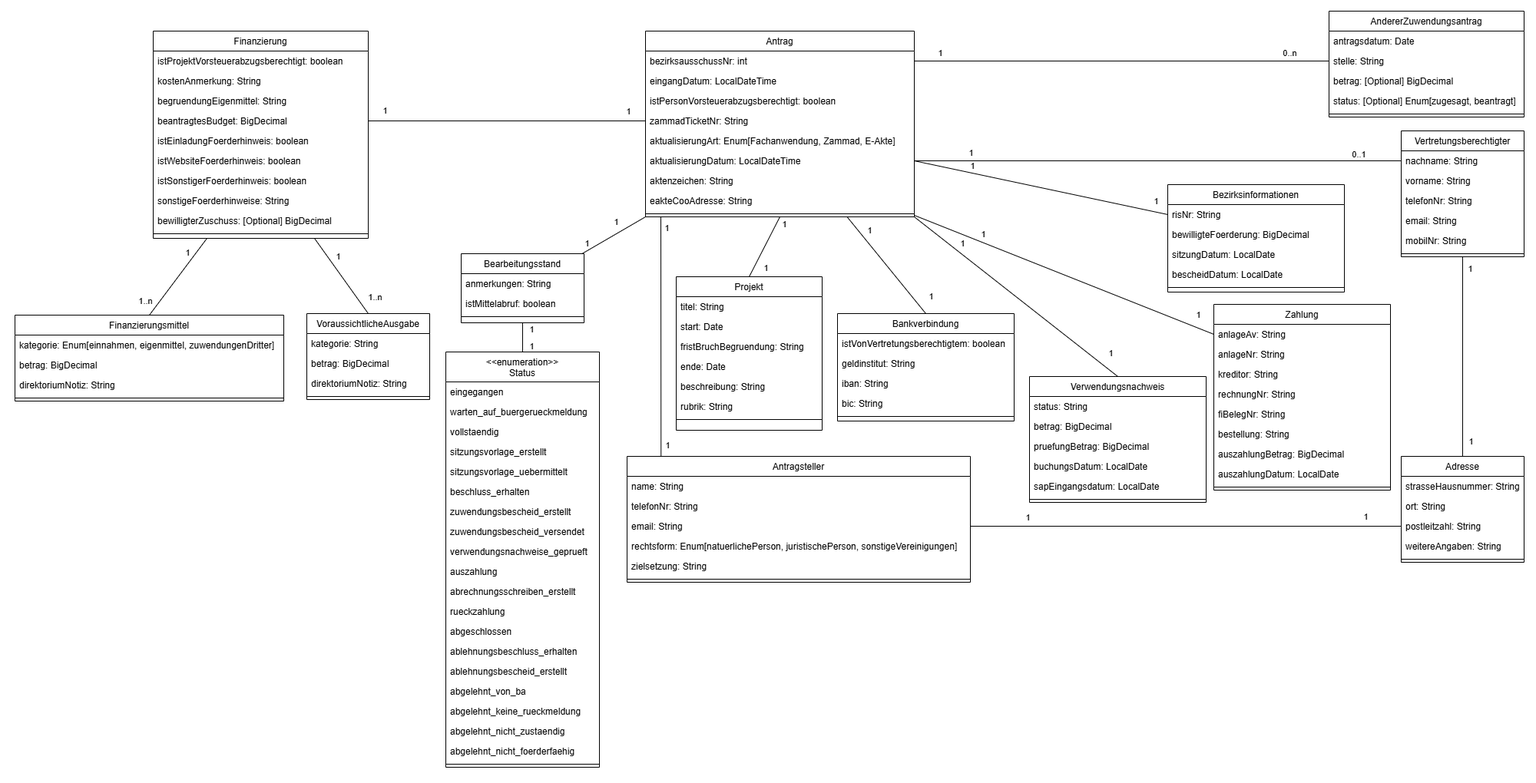
The draw.io diagram docs/src/development/data-model/data-model.png in it-at-m/stadtbezirksbudget, before a commit. Source tidied: cells renumbered, new cells last; positions are measured from the earlier drawing's top-left corner, leaving out a move shared by most shapes.
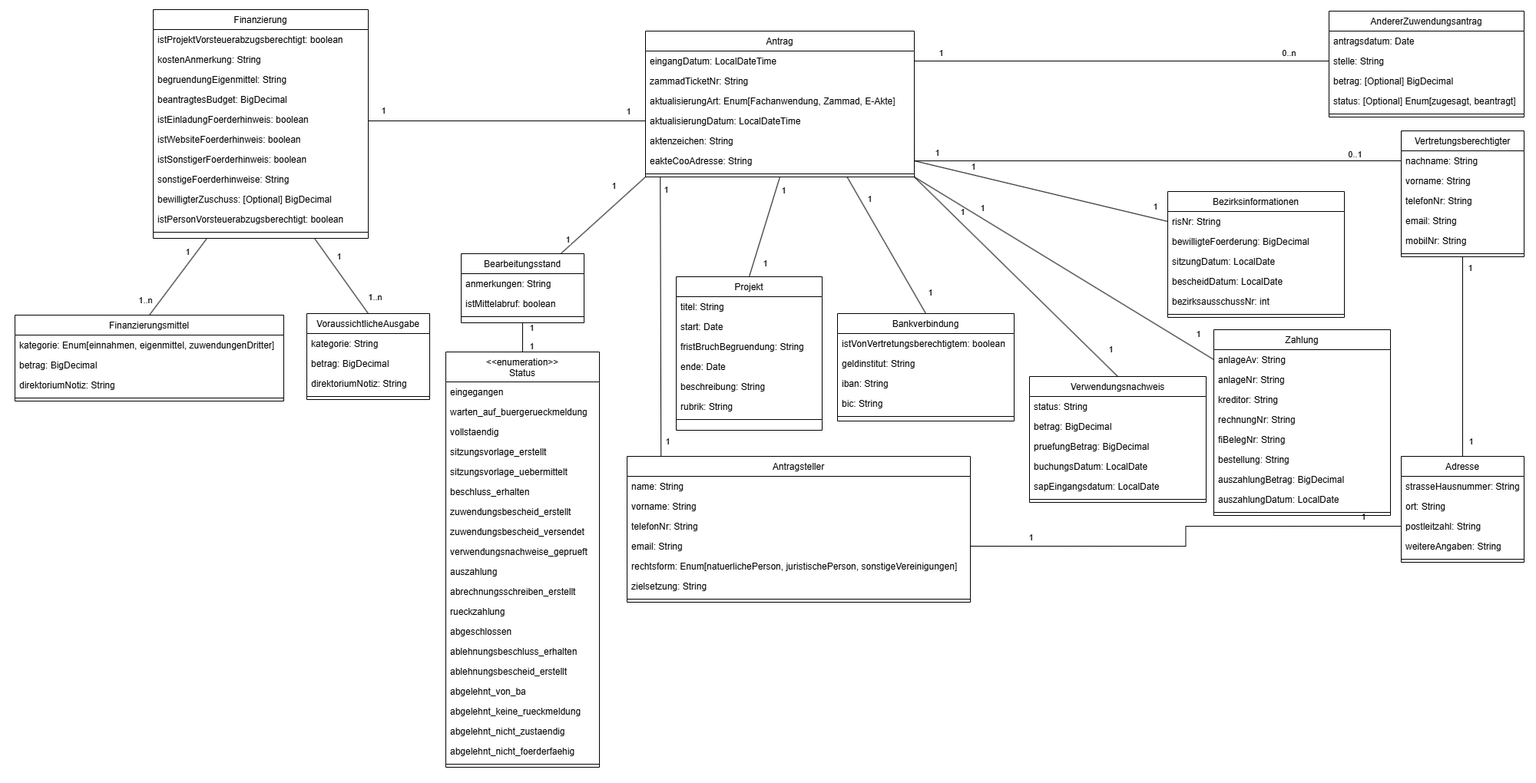
Above is the later version.

Commit message:
:memo: Update data-model diagram

The edit, as a diff of the source:
```diff
@@ -31,9 +31,8 @@
         <mxPoint x="14" y="-11" as="offset" />
       </mxGeometry>
     </mxCell>
-    <mxCell id="9" style="rounded=0;orthogonalLoop=1;jettySize=auto;html=1;entryX=0.25;entryY=0;entryDx=0;entryDy=0;endArrow=none;endFill=0;exitX=0.25;exitY=1;exitDx=0;exitDy=0;" parent="1" edge="1">
+    <mxCell id="9" style="rounded=0;jettySize=auto;html=1;entryX=0.25;entryY=0;entryDx=0;entryDy=0;endArrow=none;endFill=0;exitX=0.055;exitY=0.958;exitDx=0;exitDy=0;exitPerimeter=0;" parent="1" edge="1" source="21">
       <mxGeometry relative="1" as="geometry">
-        <mxPoint x="860" y="282" as="sourcePoint" />
         <mxPoint x="860.2" y="594" as="targetPoint" />
       </mxGeometry>
     </mxCell>
@@ -48,55 +47,52 @@
       </mxGeometry>
     </mxCell>
     <mxCell id="12" value="Antrag" style="swimlane;fontStyle=0;align=center;verticalAlign=top;horizontal=1;startSize=26;rounded=0;shadow=0;strokeWidth=1;" parent="1" vertex="1">
-      <mxGeometry x="840" y="40" width="350" height="242" as="geometry" />
+      <mxGeometry x="840" y="40" width="350" height="190" as="geometry" />
     </mxCell>
-    <mxCell id="13" value="bezirksausschussNr: int" style="text;align=left;verticalAlign=top;spacingLeft=4;spacingRight=4;overflow=hidden;points=[[0,0.5],[1,0.5]];portConstraint=eastwest;" parent="12" vertex="1">
-      <mxGeometry y="26" width="350" height="26" as="geometry" />
-    </mxCell>
     <mxCell id="14" value="eingangDatum: LocalDateTime" style="text;align=left;verticalAlign=top;spacingLeft=4;spacingRight=4;overflow=hidden;points=[[0,0.5],[1,0.5]];portConstraint=eastwest;rounded=0;shadow=0;html=0;" parent="12" vertex="1">
-      <mxGeometry y="52" width="350" height="26" as="geometry" />
+      <mxGeometry y="26" width="350" height="26" as="geometry" />
     </mxCell>
-    <mxCell id="15" value="istPersonVorsteuerabzugsberechtigt: boolean" style="text;align=left;verticalAlign=top;spacingLeft=4;spacingRight=4;overflow=hidden;rounded=0;shadow=0;html=0;" parent="12" vertex="1">
-      <mxGeometry y="78" width="350" height="26" as="geometry" />
-    </mxCell>
     <mxCell id="16" value="zammadTicketNr: String" style="text;align=left;verticalAlign=top;spacingLeft=4;spacingRight=4;overflow=hidden;rounded=0;shadow=0;html=0;" parent="12" vertex="1">
-      <mxGeometry y="104" width="350" height="26" as="geometry" />
+      <mxGeometry y="52" width="350" height="26" as="geometry" />
     </mxCell>
     <mxCell id="17" value="aktualisierungArt: Enum[Fachanwendung, Zammad, E-Akte]" style="text;align=left;verticalAlign=top;spacingLeft=4;spacingRight=4;overflow=hidden;points=[[0,0.5],[1,0.5]];portConstraint=eastwest;rounded=0;shadow=0;html=0;" parent="12" vertex="1">
-      <mxGeometry y="130" width="350" height="26" as="geometry" />
+      <mxGeometry y="78" width="350" height="26" as="geometry" />
     </mxCell>
     <mxCell id="18" value="aktualisierungDatum: LocalDateTime" style="text;align=left;verticalAlign=top;spacingLeft=4;spacingRight=4;overflow=hidden;points=[[0,0.5],[1,0.5]];portConstraint=eastwest;rounded=0;shadow=0;html=0;" parent="12" vertex="1">
-      <mxGeometry y="156" width="350" height="26" as="geometry" />
+      <mxGeometry y="104" width="350" height="26" as="geometry" />
     </mxCell>
     <mxCell id="19" value="aktenzeichen: String" style="text;align=left;verticalAlign=top;spacingLeft=4;spacingRight=4;overflow=hidden;rounded=0;shadow=0;html=0;" parent="12" vertex="1">
-      <mxGeometry y="182" width="350" height="26" as="geometry" />
+      <mxGeometry y="130" width="350" height="26" as="geometry" />
     </mxCell>
     <mxCell id="20" value="eakteCooAdresse: String" style="text;align=left;verticalAlign=top;spacingLeft=4;spacingRight=4;overflow=hidden;points=[[0,0.5],[1,0.5]];portConstraint=eastwest;rounded=0;shadow=0;html=0;" parent="12" vertex="1">
-      <mxGeometry y="208" width="350" height="26" as="geometry" />
+      <mxGeometry y="156" width="350" height="26" as="geometry" />
     </mxCell>
     <mxCell id="21" style="line;html=1;strokeWidth=1;align=left;verticalAlign=middle;spacingTop=-1;spacingLeft=3;spacingRight=3;labelPosition=right;points=[];portConstraint=eastwest;" parent="12" vertex="1">
-      <mxGeometry y="234" width="350" height="8" as="geometry" />
+      <mxGeometry y="182" width="350" height="8" as="geometry" />
     </mxCell>
     <mxCell id="22" value="Antragsteller" style="swimlane;fontStyle=0;align=center;verticalAlign=top;horizontal=1;startSize=26;rounded=0;shadow=0;strokeWidth=1;" parent="1" vertex="1">
-      <mxGeometry x="816" y="594" width="447" height="164" as="geometry" />
+      <mxGeometry x="816" y="594" width="447" height="190" as="geometry" />
     </mxCell>
     <mxCell id="23" value="name: String" style="text;align=left;verticalAlign=top;spacingLeft=4;spacingRight=4;overflow=hidden;" parent="22" vertex="1">
       <mxGeometry y="26" width="447" height="26" as="geometry" />
     </mxCell>
+    <mxCell id="167" value="vorname: String" style="text;align=left;verticalAlign=top;spacingLeft=4;spacingRight=4;overflow=hidden;" parent="22" vertex="1">
+      <mxGeometry y="52" width="447" height="26" as="geometry" />
+    </mxCell>
     <mxCell id="24" value="telefonNr: String" style="text;align=left;verticalAlign=top;spacingLeft=4;spacingRight=4;overflow=hidden;" parent="22" vertex="1">
-      <mxGeometry y="52" width="447" height="26" as="geometry" />
+      <mxGeometry y="78" width="447" height="26" as="geometry" />
     </mxCell>
     <mxCell id="25" value="email: String" style="text;align=left;verticalAlign=top;spacingLeft=4;spacingRight=4;overflow=hidden;points=[[0,0.5],[1,0.5]];portConstraint=eastwest;" parent="22" vertex="1">
-      <mxGeometry y="78" width="447" height="26" as="geometry" />
+      <mxGeometry y="104" width="447" height="26" as="geometry" />
     </mxCell>
     <mxCell id="26" value="rechtsform: Enum[natuerlichePerson, juristischePerson, sonstigeVereinigungen]" style="text;align=left;verticalAlign=top;spacingLeft=4;spacingRight=4;overflow=hidden;rounded=0;shadow=0;html=0;" parent="22" vertex="1">
-      <mxGeometry y="104" width="447" height="26" as="geometry" />
+      <mxGeometry y="130" width="447" height="26" as="geometry" />
     </mxCell>
     <mxCell id="27" value="zielsetzung: String" style="text;align=left;verticalAlign=top;spacingLeft=4;spacingRight=4;overflow=hidden;rounded=0;shadow=0;html=0;" parent="22" vertex="1">
-      <mxGeometry y="130" width="447" height="26" as="geometry" />
+      <mxGeometry y="156" width="447" height="26" as="geometry" />
     </mxCell>
     <mxCell id="28" style="line;html=1;strokeWidth=1;align=left;verticalAlign=middle;spacingTop=-1;spacingLeft=3;spacingRight=3;labelPosition=right;" parent="22" vertex="1">
-      <mxGeometry y="156" width="447" height="8" as="geometry" />
+      <mxGeometry y="182" width="447" height="8" as="geometry" />
     </mxCell>
     <mxCell id="29" value="Vertretungsberechtigter" style="swimlane;fontStyle=0;align=center;verticalAlign=top;horizontal=1;startSize=26;rounded=0;shadow=0;strokeWidth=1;" parent="1" vertex="1">
       <mxGeometry x="1824" y="170" width="160" height="164" as="geometry" />
@@ -338,7 +334,7 @@
       </mxGeometry>
     </mxCell>
     <mxCell id="102" value="Finanzierung" style="swimlane;fontStyle=0;align=center;verticalAlign=top;horizontal=1;startSize=26;rounded=0;shadow=0;strokeWidth=1;" parent="1" vertex="1">
-      <mxGeometry x="199" y="40" width="280" height="270" as="geometry" />
+      <mxGeometry x="199" y="12" width="280" height="298" as="geometry" />
     </mxCell>
     <mxCell id="103" value="istProjektVorsteuerabzugsberechtigt: boolean" style="text;align=left;verticalAlign=top;spacingLeft=4;spacingRight=4;overflow=hidden;" parent="102" vertex="1">
       <mxGeometry y="26" width="280" height="26" as="geometry" />
@@ -367,9 +363,12 @@
     <mxCell id="111" value="bewilligterZuschuss: [Optional] BigDecimal" style="text;align=left;verticalAlign=top;spacingLeft=4;spacingRight=4;overflow=hidden;" parent="102" vertex="1">
       <mxGeometry y="234" width="280" height="26" as="geometry" />
     </mxCell>
-    <mxCell id="112" style="line;html=1;strokeWidth=1;align=left;verticalAlign=middle;spacingTop=-1;spacingLeft=3;spacingRight=3;labelPosition=right;" parent="102" vertex="1">
-      <mxGeometry y="260" width="280" height="8" as="geometry" />
-    </mxCell>
+    <mxCell id="15" value="istPersonVorsteuerabzugsberechtigt: boolean" style="text;align=left;verticalAlign=top;spacingLeft=4;spacingRight=4;overflow=hidden;rounded=0;shadow=0;html=0;" parent="102" vertex="1">
+      <mxGeometry y="260" width="280" height="26" as="geometry" />
+    </mxCell>
+    <mxCell id="168" style="line;html=1;strokeWidth=1;align=left;verticalAlign=middle;spacingTop=-1;spacingLeft=3;spacingRight=3;labelPosition=right;" parent="102" vertex="1">
+      <mxGeometry y="286" width="280" height="8" as="geometry" />
+    </mxCell>
     <mxCell id="113" value="VoraussichtlicheAusgabe" style="swimlane;fontStyle=0;align=center;verticalAlign=top;horizontal=1;startSize=26;rounded=0;shadow=0;strokeWidth=1;" parent="1" vertex="1">
       <mxGeometry x="399" y="408" width="160" height="112" as="geometry" />
     </mxCell>
@@ -416,7 +415,7 @@
         <mxPoint x="-26" y="-12" as="offset" />
       </mxGeometry>
     </mxCell>
-    <mxCell id="126" style="rounded=0;jettySize=auto;html=1;exitX=1;exitY=0.5;exitDx=0;exitDy=0;entryX=0;entryY=0.5;entryDx=0;entryDy=0;startArrow=none;startFill=0;endArrow=none;endFill=0;" parent="1" edge="1" source="13" target="53">
+    <mxCell id="126" style="rounded=0;jettySize=auto;html=1;exitX=1;exitY=0.5;exitDx=0;exitDy=0;entryX=0;entryY=0.5;entryDx=0;entryDy=0;startArrow=none;startFill=0;endArrow=none;endFill=0;" parent="1" edge="1" source="14" target="53">
       <mxGeometry relative="1" as="geometry" />
     </mxCell>
     <mxCell id="127" value="0..n" style="edgeLabel;html=1;align=center;verticalAlign=middle;" parent="126" vertex="1">
@@ -494,7 +493,7 @@
       </mxGeometry>
     </mxCell>
     <mxCell id="145" value="Bezirksinformationen" style="swimlane;fontStyle=0;align=center;verticalAlign=top;horizontal=1;startSize=26;rounded=0;shadow=0;strokeWidth=1;" parent="1" vertex="1">
-      <mxGeometry x="1520" y="240" width="230" height="140" as="geometry" />
+      <mxGeometry x="1520" y="249" width="230" height="164" as="geometry" />
     </mxCell>
     <mxCell id="146" value="risNr: String" style="text;align=left;verticalAlign=top;spacingLeft=4;spacingRight=4;overflow=hidden;points=[[0,0.5],[1,0.5]];portConstraint=eastwest;" parent="145" vertex="1">
       <mxGeometry y="26" width="230" height="26" as="geometry" />
@@ -508,10 +507,13 @@
     <mxCell id="149" value="bescheidDatum: LocalDate" style="text;align=left;verticalAlign=top;spacingLeft=4;spacingRight=4;overflow=hidden;" parent="145" vertex="1">
       <mxGeometry y="104" width="230" height="26" as="geometry" />
     </mxCell>
-    <mxCell id="150" style="line;html=1;strokeWidth=1;align=left;verticalAlign=middle;spacingTop=-1;spacingLeft=3;spacingRight=3;labelPosition=right;" parent="145" vertex="1">
-      <mxGeometry y="130" width="230" height="8" as="geometry" />
-    </mxCell>
+    <mxCell id="13" value="bezirksausschussNr: int" style="text;align=left;verticalAlign=top;spacingLeft=4;spacingRight=4;overflow=hidden;points=[[0,0.5],[1,0.5]];portConstraint=eastwest;" parent="145" vertex="1">
+      <mxGeometry y="130" width="230" height="26" as="geometry" />
+    </mxCell>
+    <mxCell id="169" style="line;html=1;strokeWidth=1;align=left;verticalAlign=middle;spacingTop=-1;spacingLeft=3;spacingRight=3;labelPosition=right;" parent="145" vertex="1">
+      <mxGeometry y="156" width="230" height="8" as="geometry" />
+    </mxCell>
-    <mxCell id="151" style="rounded=0;jettySize=auto;html=1;exitX=1;exitY=0.5;exitDx=0;exitDy=0;entryX=0;entryY=0.5;entryDx=0;entryDy=0;endArrow=none;endFill=0;" parent="1" edge="1" source="18" target="146">
+    <mxCell id="151" style="rounded=0;jettySize=auto;html=1;exitX=1;exitY=0.5;exitDx=0;exitDy=0;entryX=0;entryY=0.5;entryDx=0;entryDy=0;endArrow=none;endFill=0;" parent="1" edge="1" source="20" target="146">
       <mxGeometry relative="1" as="geometry" />
     </mxCell>
     <mxCell id="152" value="1" style="edgeLabel;html=1;align=center;verticalAlign=middle;" parent="151" vertex="1">
@@ -525,7 +527,7 @@
       </mxGeometry>
     </mxCell>
     <mxCell id="154" value="Zahlung" style="swimlane;fontStyle=0;align=center;verticalAlign=top;horizontal=1;startSize=26;rounded=0;shadow=0;strokeWidth=1;" parent="1" vertex="1">
-      <mxGeometry x="1580" y="396" width="230" height="242" as="geometry" />
+      <mxGeometry x="1580" y="429" width="230" height="242" as="geometry" />
     </mxCell>
     <mxCell id="155" value="anlageAv: String" style="text;align=left;verticalAlign=top;spacingLeft=4;spacingRight=4;overflow=hidden;points=[[0,0.5],[1,0.5]];portConstraint=eastwest;" parent="154" vertex="1">
       <mxGeometry y="26" width="230" height="26" as="geometry" />
@@ -554,10 +556,8 @@
     <mxCell id="163" style="line;html=1;strokeWidth=1;align=left;verticalAlign=middle;spacingTop=-1;spacingLeft=3;spacingRight=3;labelPosition=right;" parent="154" vertex="1">
       <mxGeometry y="234" width="230" height="8" as="geometry" />
     </mxCell>
-    <mxCell id="164" style="rounded=0;jettySize=auto;html=1;entryX=0;entryY=0.5;entryDx=0;entryDy=0;endArrow=none;endFill=0;" parent="1" edge="1" target="155">
-      <mxGeometry relative="1" as="geometry">
-        <mxPoint x="1190" y="280" as="sourcePoint" />
-      </mxGeometry>
+    <mxCell id="164" style="rounded=0;jettySize=auto;html=1;entryX=0;entryY=0.5;entryDx=0;entryDy=0;endArrow=none;endFill=0;exitX=1;exitY=1;exitDx=0;exitDy=0;" parent="1" edge="1" source="12" target="155">
+      <mxGeometry relative="1" as="geometry" />
     </mxCell>
     <mxCell id="165" value="1" style="edgeLabel;html=1;align=center;verticalAlign=middle;" parent="164" vertex="1">
       <mxGeometry x="-0.58" relative="1" as="geometry">
```
